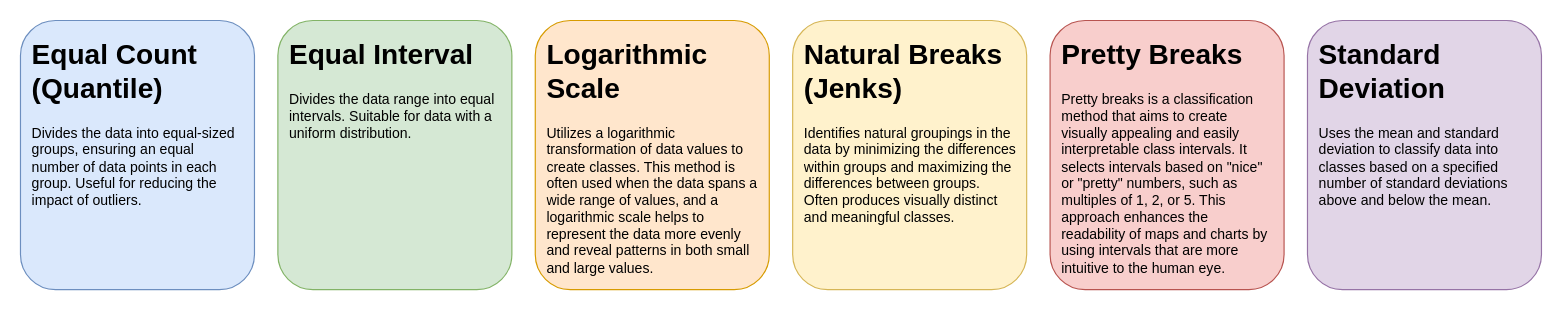
Before: Assets/3_Theory/3_Theory_data_classification.drawio in haseeb-cb/fundamentals-of-gis, a draw.io diagram. Source tidied: cells renumbered, new cells numbered last; positions are measured from the earlier drawing's top-left corner, leaving out a move shared by most shapes. Both pictures are drawn from the tidied source at 117%, with x=0, y=0 at pixel (20, 20).
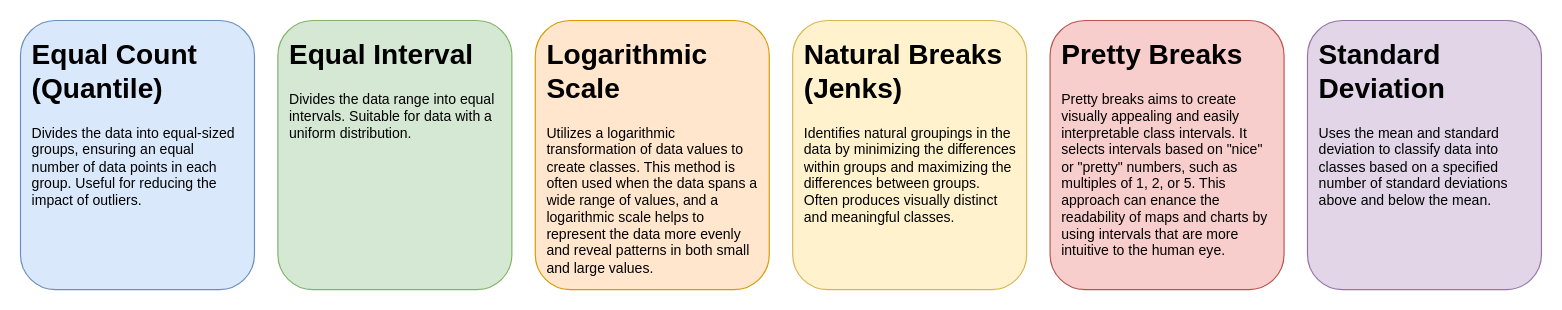
Above is the later version.

Diff of the diagram source:
```diff
@@
 <mxGraphModel>
   <root>
     <mxCell id="0" />
     <mxCell id="1" parent="0" />
     <mxCell id="2" style="rounded=1;whiteSpace=wrap;html=1;fillColor=#dae8fc;strokeColor=#6c8ebf;" parent="1" vertex="1">
       <mxGeometry width="200" height="230" as="geometry" />
     </mxCell>
     <mxCell id="3" value="&lt;h1&gt;&lt;font style=&quot;font-size: 18px;&quot;&gt;&lt;font style=&quot;font-size: 18px;&quot;&gt;&lt;font style=&quot;font-size: 24px;&quot;&gt;&lt;font style=&quot;font-size: 24px;&quot;&gt;Equal Count (Quantile)&lt;/font&gt;&lt;/font&gt;&lt;/font&gt;&lt;/font&gt;&lt;br&gt;&lt;/h1&gt;&lt;p&gt;Divides the data into equal-sized groups, ensuring an equal number of data points in each group. Useful for reducing the impact of outliers.&lt;/p&gt;" style="text;html=1;strokeColor=none;fillColor=none;spacing=5;spacingTop=-20;whiteSpace=wrap;overflow=hidden;rounded=0;" parent="1" vertex="1">
       <mxGeometry x="5" y="10" width="190" height="210" as="geometry" />
     </mxCell>
     <mxCell id="4" style="rounded=1;whiteSpace=wrap;html=1;fillColor=#d5e8d4;strokeColor=#82b366;" parent="1" vertex="1">
       <mxGeometry x="220" width="200" height="230" as="geometry" />
     </mxCell>
     <mxCell id="5" value="&lt;h1&gt;Equal Interval&lt;br&gt;&lt;/h1&gt;&lt;p&gt;Divides the data range into equal intervals. Suitable for data with a uniform distribution.&lt;/p&gt;" style="text;html=1;strokeColor=none;fillColor=none;spacing=5;spacingTop=-20;whiteSpace=wrap;overflow=hidden;rounded=0;" parent="1" vertex="1">
       <mxGeometry x="225" y="10" width="190" height="210" as="geometry" />
     </mxCell>
     <mxCell id="6" style="rounded=1;whiteSpace=wrap;html=1;fillColor=#ffe6cc;strokeColor=#d79b00;" parent="1" vertex="1">
       <mxGeometry x="440" width="200" height="230" as="geometry" />
     </mxCell>
     <mxCell id="7" value="&lt;h1&gt;Logarithmic Scale&lt;br&gt;&lt;/h1&gt;&lt;p&gt;Utilizes a logarithmic transformation of data values to create classes. This method is often used when the data spans a wide range of values, and a logarithmic scale helps to represent the data more evenly and reveal patterns in both small and large values.&lt;/p&gt;" style="text;html=1;strokeColor=none;fillColor=none;spacing=5;spacingTop=-20;whiteSpace=wrap;overflow=hidden;rounded=0;" parent="1" vertex="1">
       <mxGeometry x="445" y="10" width="190" height="210" as="geometry" />
     </mxCell>
     <mxCell id="8" style="rounded=1;whiteSpace=wrap;html=1;fillColor=#fff2cc;strokeColor=#d6b656;" parent="1" vertex="1">
       <mxGeometry x="660" width="200" height="230" as="geometry" />
     </mxCell>
     <mxCell id="9" value="&lt;h1&gt;Natural Breaks (Jenks)&lt;br&gt;&lt;/h1&gt;&lt;p&gt;Identifies natural groupings in the data by minimizing the differences within groups and maximizing the differences between groups. Often produces visually distinct and meaningful classes.&lt;/p&gt;" style="text;html=1;strokeColor=none;fillColor=none;spacing=5;spacingTop=-20;whiteSpace=wrap;overflow=hidden;rounded=0;" parent="1" vertex="1">
       <mxGeometry x="665" y="10" width="190" height="210" as="geometry" />
     </mxCell>
     <mxCell id="10" style="rounded=1;whiteSpace=wrap;html=1;fillColor=#f8cecc;strokeColor=#b85450;" parent="1" vertex="1">
       <mxGeometry x="880" width="200" height="230" as="geometry" />
     </mxCell>
-    <mxCell id="11" value="&lt;h1&gt;Pretty Breaks&lt;br&gt;&lt;/h1&gt;&lt;p&gt;Pretty breaks is a classification method that aims to create visually appealing and easily interpretable class intervals. It selects intervals based on &quot;nice&quot; or &quot;pretty&quot; numbers, such as multiples of 1, 2, or 5. This approach enhances the readability of maps and charts by using intervals that are more intuitive to the human eye.&lt;/p&gt;" style="text;html=1;strokeColor=none;fillColor=none;spacing=5;spacingTop=-20;whiteSpace=wrap;overflow=hidden;rounded=0;" parent="1" vertex="1">
+    <mxCell id="11" value="&lt;h1&gt;Pretty Breaks&lt;br&gt;&lt;/h1&gt;&lt;p&gt;Pretty breaks aims to create visually appealing and easily interpretable class intervals. It selects intervals based on &quot;nice&quot; or &quot;pretty&quot; numbers, such as multiples of 1, 2, or 5. This approach can enance the readability of maps and charts by using intervals that are more intuitive to the human eye.&lt;/p&gt;" style="text;html=1;strokeColor=none;fillColor=none;spacing=5;spacingTop=-20;whiteSpace=wrap;overflow=hidden;rounded=0;" parent="1" vertex="1">
       <mxGeometry x="885" y="10" width="190" height="210" as="geometry" />
     </mxCell>
     <mxCell id="12" style="rounded=1;whiteSpace=wrap;html=1;fillColor=#e1d5e7;strokeColor=#9673a6;" parent="1" vertex="1">
       <mxGeometry x="1100" width="200" height="230" as="geometry" />
     </mxCell>
     <mxCell id="13" value="&lt;h1&gt;Standard Deviation&lt;br&gt;&lt;/h1&gt;&lt;p&gt;Uses the mean and standard deviation to classify data into classes based on a specified number of standard deviations above and below the mean.&lt;/p&gt;" style="text;html=1;strokeColor=none;fillColor=none;spacing=5;spacingTop=-20;whiteSpace=wrap;overflow=hidden;rounded=0;" parent="1" vertex="1">
       <mxGeometry x="1105" y="10" width="190" height="210" as="geometry" />
     </mxCell>
   </root>
 </mxGraphModel>
```
